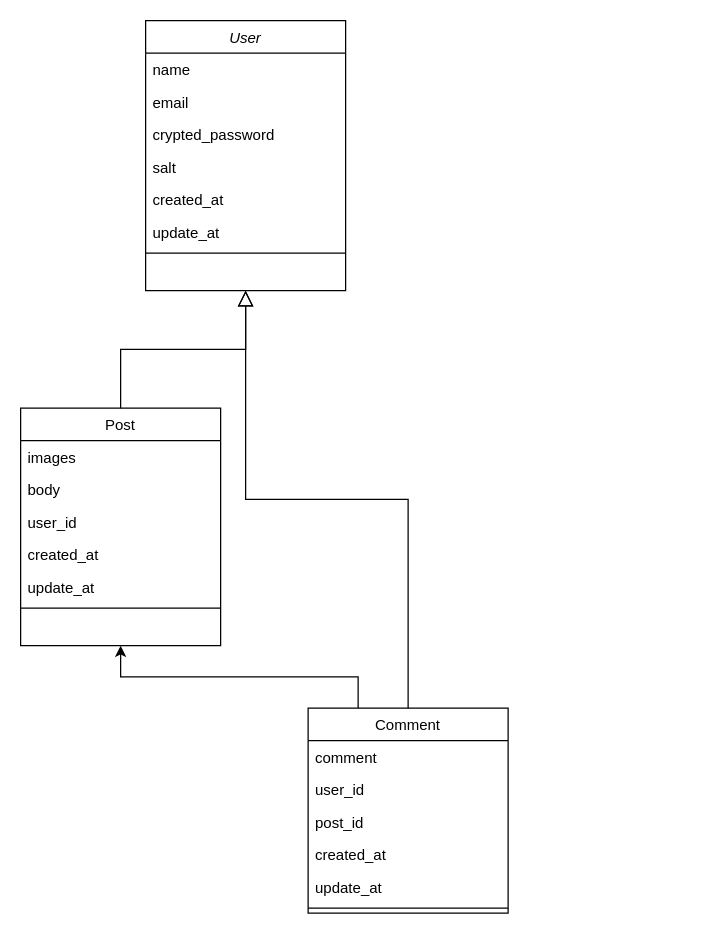
This is 06_InstaClone/Untitled Diagram.drawio from satoshitodaka/TIL, a draw.io file, before an edit. Source tidied: cells renumbered, new cells numbered last; positions are measured from the earlier drawing's top-left corner, leaving out a move shared by most shapes. Both pictures are drawn from the tidied source at 125%, with x=0, y=0 at pixel (20, 20).
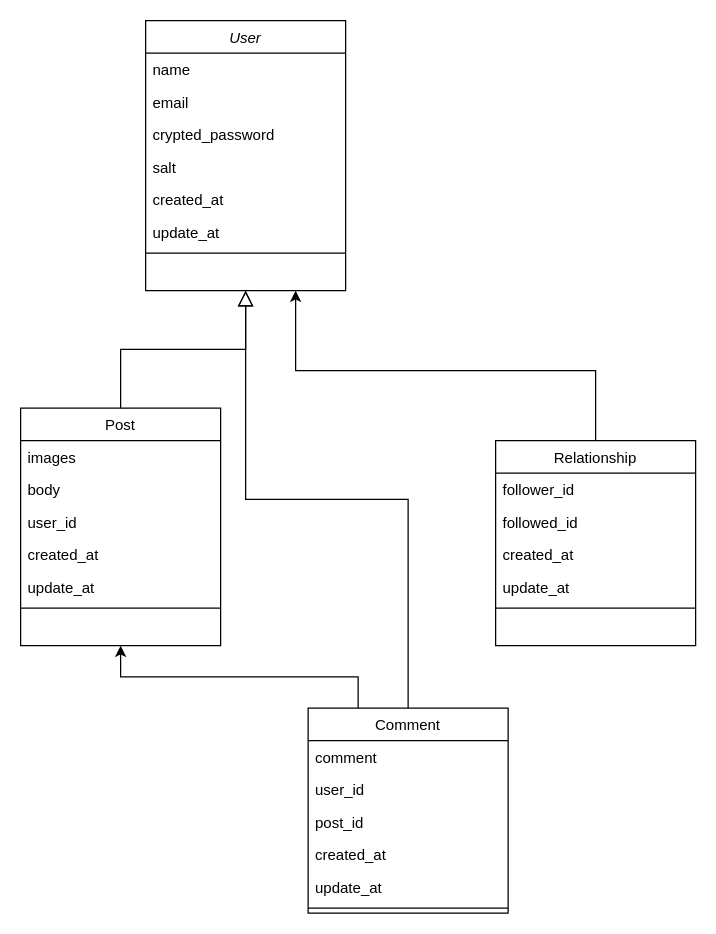
The same page after the edit.

Unchanged cells that the change refers to:
```xml
<mxCell id="2" value="User" style="swimlane;fontStyle=2;align=center;verticalAlign=top;horizontal=1;startSize=26;rounded=0;shadow=0;strokeWidth=1;" parent="1" vertex="1">
  <mxGeometry x="100" width="160" height="216" as="geometry" />
</mxCell>
```

The edit, as a diff of the source:
```diff
@@
+    <mxCell id="27" style="edgeStyle=orthogonalEdgeStyle;rounded=0;jettySize=auto;html=1;entryX=0.75;entryY=1;entryDx=0;entryDy=0;" parent="1" edge="1" source="28" target="2">
+      <mxGeometry relative="1" as="geometry">
+        <Array as="points">
+          <mxPoint x="460" y="280" />
+          <mxPoint x="220" y="280" />
+        </Array>
+      </mxGeometry>
+    </mxCell>
+    <mxCell id="28" value="Relationship" style="swimlane;fontStyle=0;align=center;verticalAlign=top;horizontal=1;startSize=26;rounded=0;shadow=0;strokeWidth=1;" parent="1" vertex="1">
+      <mxGeometry x="380" y="336" width="160" height="164" as="geometry" />
+    </mxCell>
+    <mxCell id="29" value="follower_id" style="text;align=left;verticalAlign=top;spacingLeft=4;spacingRight=4;overflow=hidden;" parent="28" vertex="1">
+      <mxGeometry y="26" width="160" height="26" as="geometry" />
+    </mxCell>
+    <mxCell id="30" value="followed_id" style="text;align=left;verticalAlign=top;spacingLeft=4;spacingRight=4;overflow=hidden;" parent="28" vertex="1">
+      <mxGeometry y="52" width="160" height="26" as="geometry" />
+    </mxCell>
+    <mxCell id="31" value="created_at" style="text;align=left;verticalAlign=top;spacingLeft=4;spacingRight=4;overflow=hidden;" parent="28" vertex="1">
+      <mxGeometry y="78" width="160" height="26" as="geometry" />
+    </mxCell>
+    <mxCell id="32" value="update_at" style="text;align=left;verticalAlign=top;spacingLeft=4;spacingRight=4;overflow=hidden;" parent="28" vertex="1">
+      <mxGeometry y="104" width="160" height="26" as="geometry" />
+    </mxCell>
+    <mxCell id="33" style="line;html=1;strokeWidth=1;align=left;verticalAlign=middle;spacingTop=-1;spacingLeft=3;spacingRight=3;labelPosition=right;" parent="28" vertex="1">
+      <mxGeometry y="130" width="160" height="8" as="geometry" />
+    </mxCell>
```
